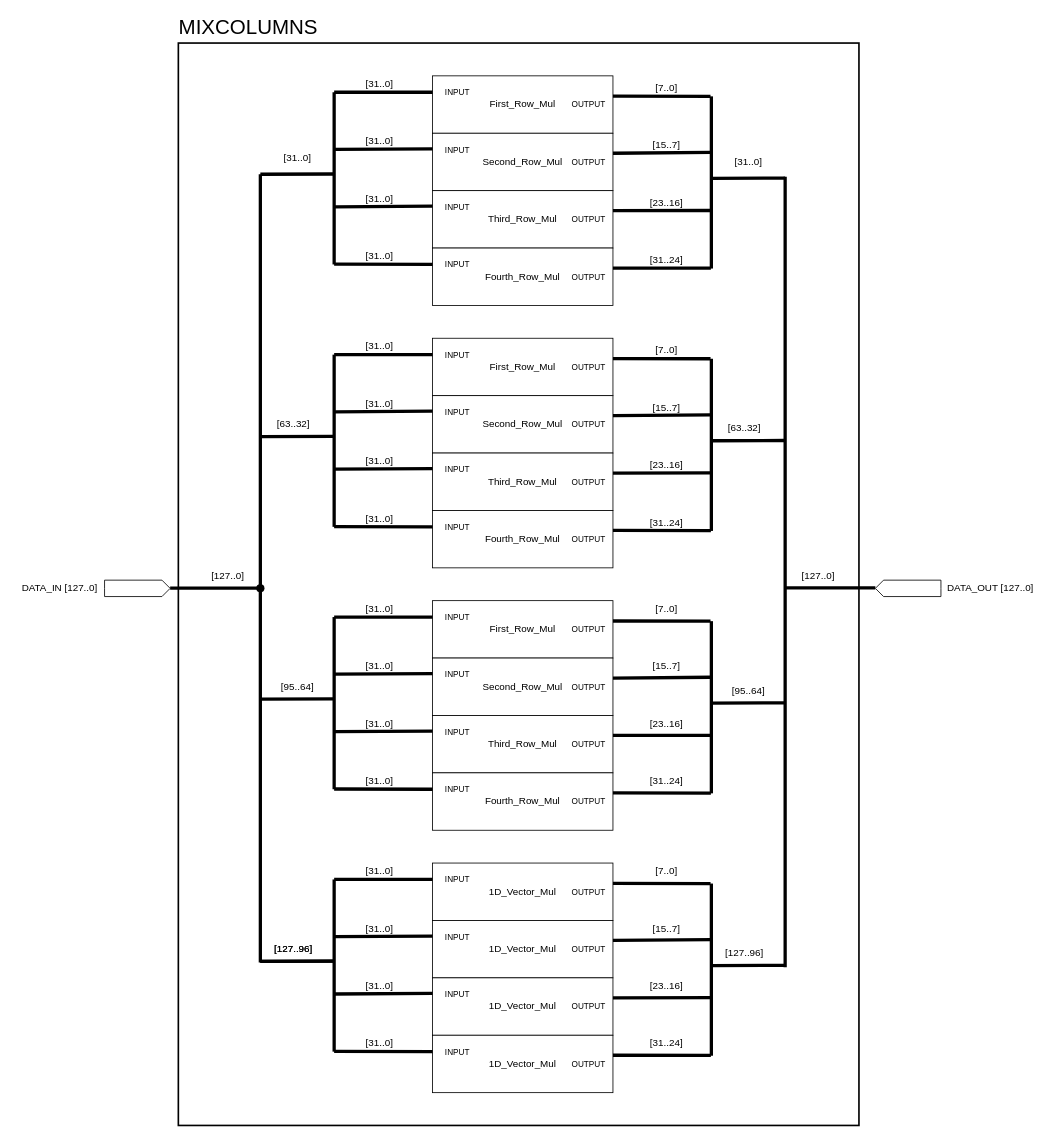
hohaicongthuan/Project-1 keeps this draw.io diagram as Diagrams/MixColumns.drawio. Above is the earlier version. Source tidied: cells renumbered, new cells numbered last; positions are measured from the earlier drawing's top-left corner, leaving out a move shared by most shapes. Both pictures are drawn from the tidied source at 82%, with x=0, y=0 at pixel (14, 18).
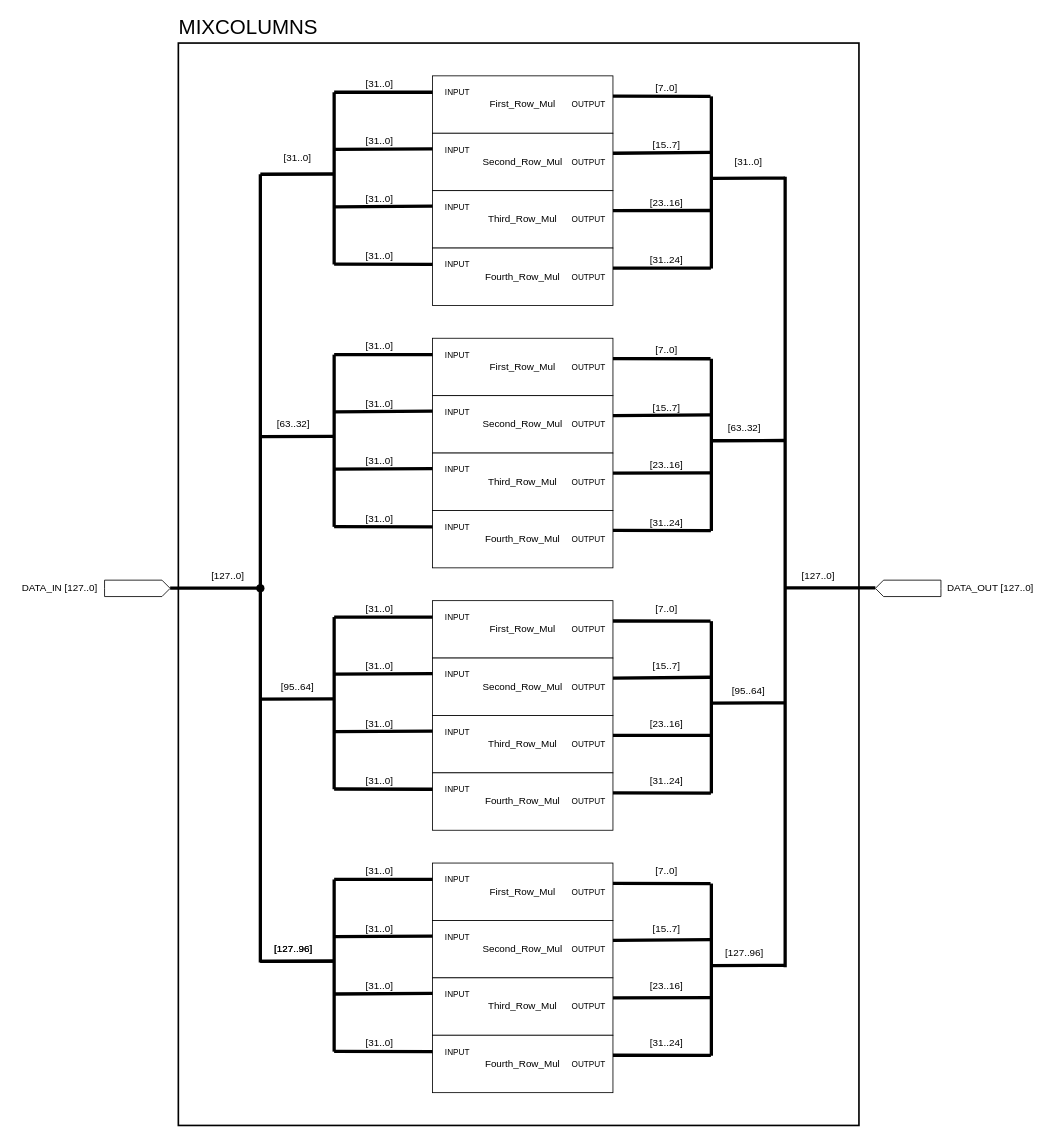
After the change.

Diff of the diagram source:
```diff
@@
-    <mxCell id="68" value="1D_Vector_Mul" style="whiteSpace=wrap;html=1;" parent="1" vertex="1">
+    <mxCell id="68" value="First_Row_Mul" style="whiteSpace=wrap;html=1;" parent="1" vertex="1">
       <mxGeometry x="510" y="1030" width="220" height="70" as="geometry" />
     </mxCell>
@@
-    <mxCell id="71" value="1D_Vector_Mul" style="whiteSpace=wrap;html=1;" parent="1" vertex="1">
+    <mxCell id="71" value="Second_Row_Mul" style="whiteSpace=wrap;html=1;" parent="1" vertex="1">
       <mxGeometry x="510" y="1100" width="220" height="70" as="geometry" />
     </mxCell>
@@
-    <mxCell id="74" value="1D_Vector_Mul" style="whiteSpace=wrap;html=1;" parent="1" vertex="1">
+    <mxCell id="74" value="Third_Row_Mul" style="whiteSpace=wrap;html=1;" parent="1" vertex="1">
       <mxGeometry x="510" y="1170" width="220" height="70" as="geometry" />
     </mxCell>
@@
-    <mxCell id="77" value="1D_Vector_Mul" style="whiteSpace=wrap;html=1;" parent="1" vertex="1">
+    <mxCell id="77" value="Fourth_Row_Mul" style="whiteSpace=wrap;html=1;" parent="1" vertex="1">
       <mxGeometry x="510" y="1240" width="220" height="70" as="geometry" />
     </mxCell>
```
